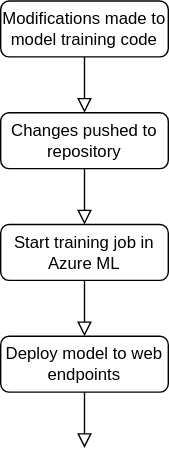
cianmawhinney/microsoft-pneumothorax-classifier keeps this draw.io diagram as infra/deployment-diagram.drawio.svg. Above is the earlier version. Source tidied: cells renumbered, new cells last; positions are measured from the earlier drawing's top-left corner, leaving out a move shared by most shapes. Its diagram source:
```xml
<mxGraphModel>
  <root>
    <mxCell id="0" />
    <mxCell id="1" parent="0" />
    <mxCell id="2" style="rounded=0;html=1;jettySize=auto;fontSize=11;endArrow=block;endFill=0;endSize=8;strokeWidth=1;shadow=0;labelBackgroundColor=none;edgeStyle=orthogonalEdgeStyle;" parent="1" edge="1" source="3" target="5">
      <mxGeometry relative="1" as="geometry" />
    </mxCell>
    <mxCell id="3" value="Modifications made to model training code" style="rounded=1;whiteSpace=wrap;html=1;fontSize=12;glass=0;strokeWidth=1;shadow=0;" parent="1" vertex="1">
      <mxGeometry width="120" height="40" as="geometry" />
    </mxCell>
    <mxCell id="4" style="rounded=0;html=1;jettySize=auto;fontSize=11;endArrow=block;endFill=0;endSize=8;strokeWidth=1;shadow=0;labelBackgroundColor=none;edgeStyle=orthogonalEdgeStyle;entryX=0.5;entryY=0;entryDx=0;entryDy=0;" parent="1" edge="1" source="5" target="7">
      <mxGeometry relative="1" as="geometry" />
    </mxCell>
    <mxCell id="5" value="Changes pushed to repository " style="rounded=1;whiteSpace=wrap;html=1;fontSize=12;glass=0;strokeWidth=1;shadow=0;" parent="1" vertex="1">
      <mxGeometry y="80" width="120" height="40" as="geometry" />
    </mxCell>
    <mxCell id="6" style="rounded=0;html=1;jettySize=auto;fontSize=11;endArrow=block;endFill=0;endSize=8;strokeWidth=1;shadow=0;labelBackgroundColor=none;edgeStyle=orthogonalEdgeStyle;entryX=0.5;entryY=0;entryDx=0;entryDy=0;" parent="1" edge="1" source="7" target="9">
      <mxGeometry relative="1" as="geometry" />
    </mxCell>
    <mxCell id="7" value="Start training job in Azure ML" style="rounded=1;whiteSpace=wrap;html=1;fontSize=12;glass=0;strokeWidth=1;shadow=0;" parent="1" vertex="1">
      <mxGeometry y="160" width="120" height="40" as="geometry" />
    </mxCell>
    <mxCell id="8" style="rounded=0;html=1;jettySize=auto;fontSize=11;endArrow=block;endFill=0;endSize=8;strokeWidth=1;shadow=0;labelBackgroundColor=none;edgeStyle=orthogonalEdgeStyle;" parent="1" edge="1" source="9">
      <mxGeometry relative="1" as="geometry">
        <mxPoint x="60" y="320" as="targetPoint" />
      </mxGeometry>
    </mxCell>
    <mxCell id="9" value="Deploy model to web endpoints" style="rounded=1;whiteSpace=wrap;html=1;fontSize=12;glass=0;strokeWidth=1;shadow=0;" parent="1" vertex="1">
      <mxGeometry y="240" width="120" height="40" as="geometry" />
    </mxCell>
  </root>
</mxGraphModel>
```
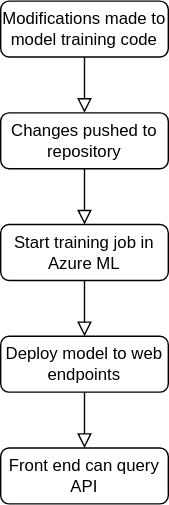
After the change.

Change to the diagram source:
```diff
@@ -28,5 +28,8 @@
     <mxCell id="9" value="Deploy model to web endpoints" style="rounded=1;whiteSpace=wrap;html=1;fontSize=12;glass=0;strokeWidth=1;shadow=0;" parent="1" vertex="1">
       <mxGeometry y="240" width="120" height="40" as="geometry" />
     </mxCell>
+    <mxCell id="10" value="Front end can query API" style="rounded=1;whiteSpace=wrap;html=1;fontSize=12;glass=0;strokeWidth=1;shadow=0;" parent="1" vertex="1">
+      <mxGeometry y="320" width="120" height="40" as="geometry" />
+    </mxCell>
   </root>
 </mxGraphModel>
```
